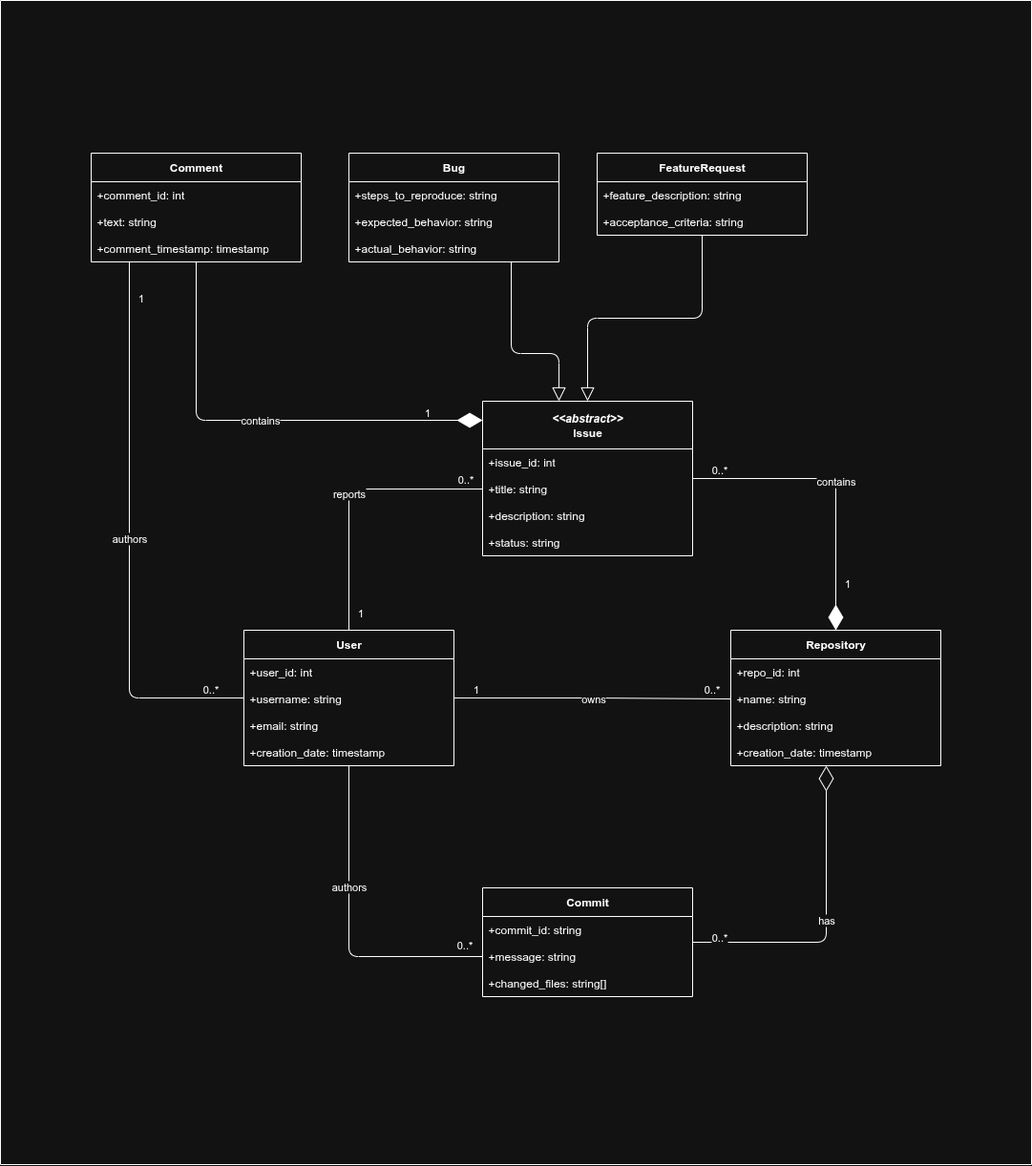
meowveloper-edu/buc-db-assignment-2 keeps this draw.io diagram as class-diagram.drawio.png. Above is the earlier version. Source tidied: cells renumbered, new cells last; positions are measured from the earlier drawing's top-left corner, leaving out a move shared by most shapes.
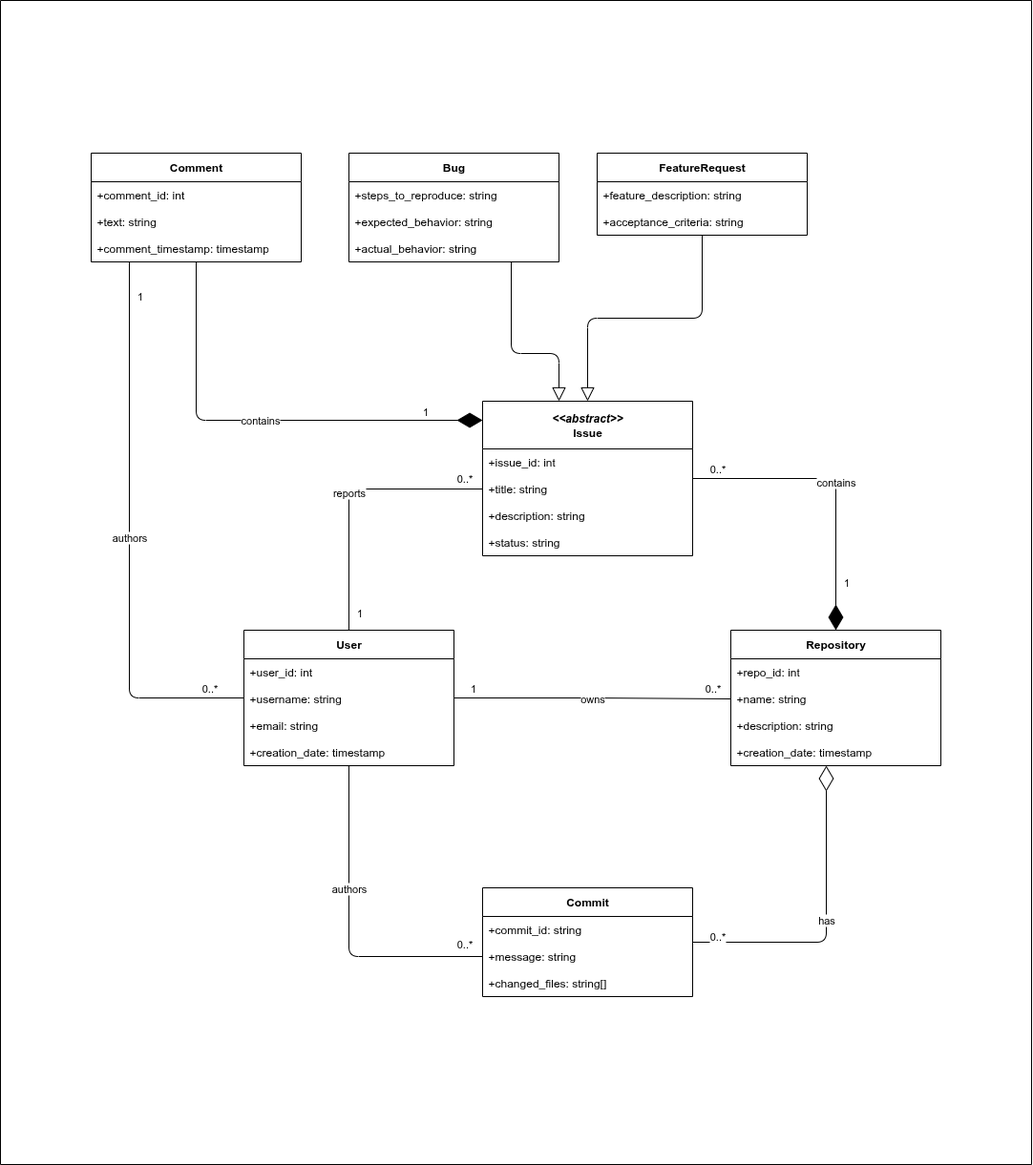
Above is the later version.

Change to the diagram source:
```diff
@@ -2,46 +2,46 @@
   <root>
     <mxCell id="0" />
     <mxCell id="1" parent="0" />
-    <mxCell id="2" style="swimlane;startSize=0;" parent="1" vertex="1">
-      <mxGeometry width="1080" height="1220" as="geometry" />
-    </mxCell>
+    <mxCell id="57" style="swimlane;startSize=0;" parent="1" vertex="1">
+      <mxGeometry x="960" y="680" width="1080" height="1220" as="geometry" />
+    </mxCell>
-    <mxCell id="3" style="group;" parent="2" vertex="1">
+    <mxCell id="3" style="group;" parent="57" vertex="1">
       <mxGeometry x="95" y="160" width="890" height="884" as="geometry" />
     </mxCell>
     <mxCell id="4" value="owns" style="edgeStyle=orthogonalEdgeStyle;rounded=1;jettySize=auto;html=1;entryX=0;entryY=0.5;entryDx=0;entryDy=0;endArrow=none;endFill=0;strokeWidth=1;curved=0;" parent="3" edge="1" source="12" target="19">
       <mxGeometry relative="1" as="geometry" />
     </mxCell>
-    <mxCell id="5" value="1" style="edgeLabel;html=1;align=center;verticalAlign=middle;" parent="4" vertex="1">
-      <mxGeometry x="-0.66" y="-2" relative="1" as="geometry">
-        <mxPoint x="-29" y="-13" as="offset" />
-      </mxGeometry>
-    </mxCell>
-    <mxCell id="6" value="0..*" style="edgeLabel;html=1;align=center;verticalAlign=middle;" parent="4" vertex="1">
-      <mxGeometry x="0.91" y="1" relative="1" as="geometry">
-        <mxPoint x="-7" y="-11" as="offset" />
-      </mxGeometry>
-    </mxCell>
+    <mxCell id="58" value="1" style="edgeLabel;html=1;align=center;verticalAlign=middle;" parent="4" vertex="1">
+      <mxGeometry x="-0.66" y="-2" relative="1" as="geometry">
+        <mxPoint x="-29" y="-13" as="offset" />
+      </mxGeometry>
+    </mxCell>
+    <mxCell id="59" value="0..*" style="edgeLabel;html=1;align=center;verticalAlign=middle;" parent="4" vertex="1">
+      <mxGeometry x="0.91" y="1" relative="1" as="geometry">
+        <mxPoint x="-7" y="-11" as="offset" />
+      </mxGeometry>
+    </mxCell>
     <mxCell id="7" value="authors" style="edgeStyle=orthogonalEdgeStyle;rounded=1;jettySize=auto;html=1;entryX=0;entryY=0.5;entryDx=0;entryDy=0;endArrow=none;endFill=0;strokeWidth=1;curved=0;" parent="3" edge="1" source="12" target="24">
       <mxGeometry x="-0.25" relative="1" as="geometry" />
     </mxCell>
-    <mxCell id="8" value="0..*" style="edgeLabel;html=1;align=center;verticalAlign=middle;" parent="7" vertex="1">
-      <mxGeometry x="0.93" relative="1" as="geometry">
-        <mxPoint x="-7" y="-14" as="offset" />
-      </mxGeometry>
-    </mxCell>
+    <mxCell id="60" value="0..*" style="edgeLabel;html=1;align=center;verticalAlign=middle;" parent="7" vertex="1">
+      <mxGeometry x="0.93" relative="1" as="geometry">
+        <mxPoint x="-7" y="-14" as="offset" />
+      </mxGeometry>
+    </mxCell>
     <mxCell id="9" value="reports" style="edgeStyle=orthogonalEdgeStyle;rounded=1;jettySize=auto;html=1;entryX=0;entryY=0.5;entryDx=0;entryDy=0;curved=0;endArrow=none;endFill=0;" parent="3" edge="1" source="12" target="28">
       <mxGeometry relative="1" as="geometry" />
     </mxCell>
-    <mxCell id="10" value="1" style="edgeLabel;html=1;align=center;verticalAlign=middle;" parent="9" vertex="1">
-      <mxGeometry x="-0.87" relative="1" as="geometry">
-        <mxPoint x="10" as="offset" />
-      </mxGeometry>
-    </mxCell>
-    <mxCell id="11" value="0..*" style="edgeLabel;html=1;align=center;verticalAlign=middle;" parent="9" vertex="1">
-      <mxGeometry x="0.88" relative="1" as="geometry">
-        <mxPoint x="-2" y="-12" as="offset" />
-      </mxGeometry>
-    </mxCell>
+    <mxCell id="61" value="1" style="edgeLabel;html=1;align=center;verticalAlign=middle;" parent="9" vertex="1">
+      <mxGeometry x="-0.87" relative="1" as="geometry">
+        <mxPoint x="10" as="offset" />
+      </mxGeometry>
+    </mxCell>
+    <mxCell id="62" value="0..*" style="edgeLabel;html=1;align=center;verticalAlign=middle;" parent="9" vertex="1">
+      <mxGeometry x="0.88" relative="1" as="geometry">
+        <mxPoint x="-2" y="-12" as="offset" />
+      </mxGeometry>
+    </mxCell>
     <mxCell id="12" value="User" style="swimlane;fontStyle=1;horizontal=1;startSize=30;fillColor=#ffffff;whiteSpace=wrap;html=1;" parent="3" vertex="1">
       <mxGeometry x="160" y="500" width="220" height="142" as="geometry" />
     </mxCell>
@@ -54,9 +54,9 @@
     <mxCell id="15" value="+email: string" style="text;strokeColor=none;fillColor=none;align=left;verticalAlign=top;spacingLeft=4;spacingRight=4;overflow=hidden;whiteSpace=wrap;html=1;" parent="12" vertex="1">
       <mxGeometry y="86" width="220" height="28" as="geometry" />
     </mxCell>
-    <mxCell id="16" value="+creation_date: timestamp" style="text;strokeColor=none;fillColor=none;align=left;verticalAlign=top;spacingLeft=4;spacingRight=4;overflow=hidden;whiteSpace=wrap;html=1;" parent="12" vertex="1">
-      <mxGeometry y="114" width="220" height="28" as="geometry" />
-    </mxCell>
+    <mxCell id="63" value="+creation_date: timestamp" style="text;strokeColor=none;fillColor=none;align=left;verticalAlign=top;spacingLeft=4;spacingRight=4;overflow=hidden;whiteSpace=wrap;html=1;" parent="12" vertex="1">
+      <mxGeometry y="114" width="220" height="28" as="geometry" />
+    </mxCell>
     <mxCell id="17" value="Repository" style="swimlane;fontStyle=1;horizontal=1;startSize=30;fillColor=#ffffff;whiteSpace=wrap;html=1;" parent="3" vertex="1">
       <mxGeometry x="670" y="500" width="220" height="142" as="geometry" />
     </mxCell>
@@ -69,9 +69,9 @@
     <mxCell id="20" value="+description: string" style="text;strokeColor=none;fillColor=none;align=left;verticalAlign=top;spacingLeft=4;spacingRight=4;overflow=hidden;whiteSpace=wrap;html=1;" parent="17" vertex="1">
       <mxGeometry y="86" width="220" height="28" as="geometry" />
     </mxCell>
-    <mxCell id="21" value="+creation_date: timestamp" style="text;strokeColor=none;fillColor=none;align=left;verticalAlign=top;spacingLeft=4;spacingRight=4;overflow=hidden;whiteSpace=wrap;html=1;" parent="17" vertex="1">
-      <mxGeometry y="114" width="220" height="28" as="geometry" />
-    </mxCell>
+    <mxCell id="64" value="+creation_date: timestamp" style="text;strokeColor=none;fillColor=none;align=left;verticalAlign=top;spacingLeft=4;spacingRight=4;overflow=hidden;whiteSpace=wrap;html=1;" parent="17" vertex="1">
+      <mxGeometry y="114" width="220" height="28" as="geometry" />
+    </mxCell>
     <mxCell id="22" value="Commit" style="swimlane;fontStyle=1;horizontal=1;startSize=30;fillColor=#ffffff;whiteSpace=wrap;html=1;" parent="3" vertex="1">
       <mxGeometry x="410" y="770" width="220" height="114" as="geometry" />
     </mxCell>
@@ -160,11 +160,11 @@
         </Array>
       </mxGeometry>
     </mxCell>
-    <mxCell id="48" value="1" style="edgeLabel;html=1;align=center;verticalAlign=middle;" parent="47" vertex="1">
-      <mxGeometry x="0.74" y="-2" relative="1" as="geometry">
-        <mxPoint y="-12" as="offset" />
-      </mxGeometry>
-    </mxCell>
+    <mxCell id="65" value="1" style="edgeLabel;html=1;align=center;verticalAlign=middle;" parent="47" vertex="1">
+      <mxGeometry x="0.74" y="-2" relative="1" as="geometry">
+        <mxPoint y="-12" as="offset" />
+      </mxGeometry>
+    </mxCell>
     <mxCell id="49" value="contains" style="endArrow=diamondThin;endFill=1;endSize=24;html=1;rounded=1;edgeStyle=elbowEdgeStyle;curved=0;" parent="3" edge="1" source="26" target="17">
       <mxGeometry relative="1" as="geometry">
         <Array as="points">
@@ -172,16 +172,16 @@
         </Array>
       </mxGeometry>
     </mxCell>
-    <mxCell id="50" value="0..*" style="edgeLabel;html=1;align=center;verticalAlign=middle;" parent="49" vertex="1">
-      <mxGeometry x="-0.84" y="-1" relative="1" as="geometry">
-        <mxPoint y="-12" as="offset" />
-      </mxGeometry>
-    </mxCell>
-    <mxCell id="51" value="1" style="edgeLabel;html=1;align=center;verticalAlign=middle;" parent="49" vertex="1">
-      <mxGeometry x="0.62" y="-2" relative="1" as="geometry">
-        <mxPoint x="12" y="8" as="offset" />
-      </mxGeometry>
-    </mxCell>
+    <mxCell id="66" value="0..*" style="edgeLabel;html=1;align=center;verticalAlign=middle;" parent="49" vertex="1">
+      <mxGeometry x="-0.84" y="-1" relative="1" as="geometry">
+        <mxPoint y="-12" as="offset" />
+      </mxGeometry>
+    </mxCell>
+    <mxCell id="67" value="1" style="edgeLabel;html=1;align=center;verticalAlign=middle;" parent="49" vertex="1">
+      <mxGeometry x="0.62" y="-2" relative="1" as="geometry">
+        <mxPoint x="12" y="8" as="offset" />
+      </mxGeometry>
+    </mxCell>
     <mxCell id="52" value="has" style="endArrow=diamondThin;endFill=0;endSize=24;html=1;rounded=1;edgeStyle=elbowEdgeStyle;" parent="3" edge="1" source="22" target="17">
       <mxGeometry relative="1" as="geometry">
         <Array as="points">
@@ -189,11 +189,11 @@
         </Array>
       </mxGeometry>
     </mxCell>
-    <mxCell id="53" value="0..*" style="edgeLabel;html=1;align=center;verticalAlign=middle;" parent="52" vertex="1">
-      <mxGeometry x="-0.84" y="-1" relative="1" as="geometry">
-        <mxPoint y="-8" as="offset" />
-      </mxGeometry>
-    </mxCell>
+    <mxCell id="68" value="0..*" style="edgeLabel;html=1;align=center;verticalAlign=middle;" parent="52" vertex="1">
+      <mxGeometry x="-0.84" y="-1" relative="1" as="geometry">
+        <mxPoint y="-8" as="offset" />
+      </mxGeometry>
+    </mxCell>
     <mxCell id="54" value="authors" style="edgeStyle=elbowEdgeStyle;rounded=1;jettySize=auto;html=1;endArrow=none;endFill=0;" parent="3" edge="1" source="43" target="12">
       <mxGeometry relative="1" as="geometry">
         <Array as="points">
@@ -201,15 +201,15 @@
         </Array>
       </mxGeometry>
     </mxCell>
-    <mxCell id="55" value="0..*" style="edgeLabel;html=1;align=center;verticalAlign=middle;" parent="54" vertex="1">
-      <mxGeometry x="0.87" y="1" relative="1" as="geometry">
-        <mxPoint y="-10" as="offset" />
-      </mxGeometry>
-    </mxCell>
-    <mxCell id="56" value="1" style="edgeLabel;html=1;align=center;verticalAlign=middle;" parent="54" vertex="1">
-      <mxGeometry x="-0.88" relative="1" as="geometry">
-        <mxPoint x="10" as="offset" />
-      </mxGeometry>
-    </mxCell>
+    <mxCell id="69" value="0..*" style="edgeLabel;html=1;align=center;verticalAlign=middle;" parent="54" vertex="1">
+      <mxGeometry x="0.87" y="1" relative="1" as="geometry">
+        <mxPoint y="-10" as="offset" />
+      </mxGeometry>
+    </mxCell>
+    <mxCell id="70" value="1" style="edgeLabel;html=1;align=center;verticalAlign=middle;" parent="54" vertex="1">
+      <mxGeometry x="-0.88" relative="1" as="geometry">
+        <mxPoint x="10" as="offset" />
+      </mxGeometry>
+    </mxCell>
   </root>
 </mxGraphModel>
```
